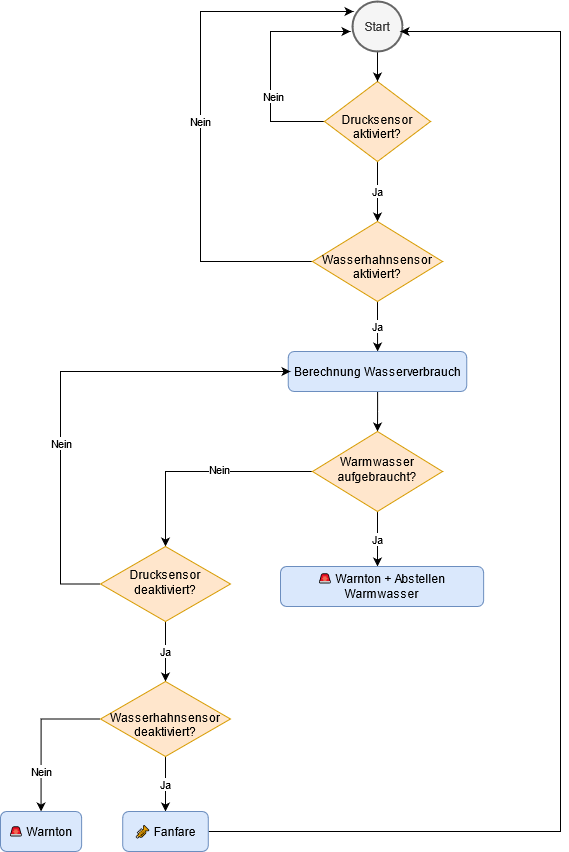
This is Präsentationsmaterialien/ablaufdiagramm.png from wiuwiu1/duschkoepfe, a draw.io export, as it was before one commit. Source tidied: cells renumbered, new cells last; positions are measured from the earlier drawing's top-left corner, leaving out a move shared by most shapes. Its diagram source:
```xml
<mxGraphModel>
  <root>
    <mxCell id="0" />
    <mxCell id="1" parent="0" />
    <mxCell id="2" style="edgeStyle=orthogonalEdgeStyle;rounded=0;jettySize=auto;html=1;" parent="1" edge="1" source="5">
      <mxGeometry relative="1" as="geometry">
        <mxPoint x="350" y="30" as="targetPoint" />
        <Array as="points">
          <mxPoint x="270" y="120" />
          <mxPoint x="270" y="30" />
        </Array>
      </mxGeometry>
    </mxCell>
    <mxCell id="3" value="Nein" style="edgeLabel;html=1;align=center;verticalAlign=middle;" parent="2" vertex="1">
      <mxGeometry x="-0.29" y="-2" relative="1" as="geometry" />
    </mxCell>
    <mxCell id="4" value="Ja" style="edgeStyle=orthogonalEdgeStyle;rounded=0;jettySize=auto;html=1;exitX=0.5;exitY=1;exitDx=0;exitDy=0;" parent="1" edge="1" source="5" target="9">
      <mxGeometry relative="1" as="geometry" />
    </mxCell>
    <mxCell id="5" value="&lt;br&gt;Drucksensor aktiviert?" style="rhombus;whiteSpace=wrap;html=1;shadow=0;fontFamily=Helvetica;fontSize=12;align=center;strokeWidth=1;spacing=6;spacingTop=-4;fillColor=#ffe6cc;strokeColor=#d79b00;" parent="1" vertex="1">
      <mxGeometry x="324" y="80" width="106" height="80" as="geometry" />
    </mxCell>
    <mxCell id="6" style="edgeStyle=orthogonalEdgeStyle;rounded=0;jettySize=auto;html=1;exitX=0;exitY=0.5;exitDx=0;exitDy=0;entryX=0.02;entryY=0.2;entryDx=0;entryDy=0;entryPerimeter=0;" parent="1" edge="1" source="9" target="13">
      <mxGeometry relative="1" as="geometry">
        <Array as="points">
          <mxPoint x="200" y="260" />
          <mxPoint x="200" y="10" />
        </Array>
      </mxGeometry>
    </mxCell>
    <mxCell id="7" value="Nein" style="edgeLabel;html=1;align=center;verticalAlign=middle;" parent="6" vertex="1">
      <mxGeometry x="-0.02" y="1" relative="1" as="geometry" />
    </mxCell>
    <mxCell id="8" value="Ja" style="edgeStyle=orthogonalEdgeStyle;rounded=0;jettySize=auto;html=1;" parent="1" edge="1" source="9" target="11">
      <mxGeometry relative="1" as="geometry" />
    </mxCell>
    <mxCell id="9" value="&lt;br&gt;&lt;span style=&quot;font-weight: normal&quot;&gt;Wasserhahnsensor aktiviert?&lt;/span&gt;" style="rhombus;whiteSpace=wrap;html=1;shadow=0;fontFamily=Helvetica;fontSize=12;align=center;strokeWidth=1;spacing=6;spacingTop=-4;fontStyle=1;fillColor=#ffe6cc;strokeColor=#d79b00;" parent="1" vertex="1">
      <mxGeometry x="312" y="220" width="130" height="80" as="geometry" />
    </mxCell>
    <mxCell id="10" style="edgeStyle=orthogonalEdgeStyle;rounded=0;jettySize=auto;html=1;" parent="1" edge="1" source="11" target="17">
      <mxGeometry relative="1" as="geometry" />
    </mxCell>
    <mxCell id="11" value="Berechnung Wasserverbrauch" style="rounded=1;whiteSpace=wrap;html=1;fontSize=12;glass=0;strokeWidth=1;shadow=0;fillColor=#dae8fc;strokeColor=#6c8ebf;" parent="1" vertex="1">
      <mxGeometry x="287.8" y="350" width="178.5" height="40" as="geometry" />
    </mxCell>
    <mxCell id="12" style="edgeStyle=orthogonalEdgeStyle;rounded=0;jettySize=auto;html=1;" parent="1" edge="1" source="13" target="5">
      <mxGeometry relative="1" as="geometry" />
    </mxCell>
    <mxCell id="13" value="Start" style="strokeWidth=2;html=1;shape=mxgraph.flowchart.start_2;whiteSpace=wrap;fillColor=#f5f5f5;strokeColor=#666666;fontColor=#333333;" parent="1" vertex="1">
      <mxGeometry x="352" width="50" height="50" as="geometry" />
    </mxCell>
    <mxCell id="14" value="Ja" style="edgeStyle=orthogonalEdgeStyle;rounded=0;jettySize=auto;html=1;" parent="1" edge="1" source="17" target="18">
      <mxGeometry relative="1" as="geometry">
        <Array as="points">
          <mxPoint x="377" y="550" />
          <mxPoint x="377" y="550" />
        </Array>
      </mxGeometry>
    </mxCell>
    <mxCell id="15" style="edgeStyle=orthogonalEdgeStyle;rounded=0;jettySize=auto;html=1;exitX=0;exitY=0.5;exitDx=0;exitDy=0;entryX=0.5;entryY=0;entryDx=0;entryDy=0;" parent="1" edge="1" source="17" target="22">
      <mxGeometry relative="1" as="geometry" />
    </mxCell>
    <mxCell id="16" value="Nein" style="edgeLabel;html=1;align=center;verticalAlign=middle;" parent="15" vertex="1">
      <mxGeometry x="-0.15" y="-3" relative="1" as="geometry" />
    </mxCell>
    <mxCell id="17" value="Warmwasser aufgebraucht?" style="rhombus;whiteSpace=wrap;html=1;shadow=0;fontFamily=Helvetica;fontSize=12;align=center;strokeWidth=1;spacing=6;spacingTop=-4;fillColor=#ffe6cc;strokeColor=#d79b00;" parent="1" vertex="1">
      <mxGeometry x="312" y="430" width="130" height="80" as="geometry" />
    </mxCell>
    <mxCell id="18" value="🚨 Warnton + Abstellen Warmwasser" style="rounded=1;whiteSpace=wrap;html=1;fontSize=12;glass=0;strokeWidth=1;shadow=0;fillColor=#dae8fc;strokeColor=#6c8ebf;" parent="1" vertex="1">
      <mxGeometry x="280" y="565" width="203.1" height="40" as="geometry" />
    </mxCell>
    <mxCell id="19" value="Ja" style="edgeStyle=orthogonalEdgeStyle;rounded=0;jettySize=auto;html=1;exitX=0.5;exitY=1;exitDx=0;exitDy=0;entryX=0.5;entryY=0;entryDx=0;entryDy=0;" parent="1" edge="1" source="22">
      <mxGeometry relative="1" as="geometry">
        <mxPoint x="165" y="680" as="targetPoint" />
      </mxGeometry>
    </mxCell>
    <mxCell id="20" style="edgeStyle=orthogonalEdgeStyle;rounded=0;jettySize=auto;html=1;" parent="1" edge="1" source="22">
      <mxGeometry relative="1" as="geometry">
        <mxPoint x="290" y="370" as="targetPoint" />
        <Array as="points">
          <mxPoint x="60" y="583" />
          <mxPoint x="60" y="370" />
        </Array>
      </mxGeometry>
    </mxCell>
    <mxCell id="21" value="Nein" style="edgeLabel;html=1;align=center;verticalAlign=middle;" parent="20" vertex="1">
      <mxGeometry x="-0.25" relative="1" as="geometry" />
    </mxCell>
    <mxCell id="22" value="Drucksensor deaktiviert?" style="rhombus;whiteSpace=wrap;html=1;shadow=0;fontFamily=Helvetica;fontSize=12;align=center;strokeWidth=1;spacing=6;spacingTop=-4;fillColor=#ffe6cc;strokeColor=#d79b00;" parent="1" vertex="1">
      <mxGeometry x="100" y="545" width="130" height="75" as="geometry" />
    </mxCell>
    <mxCell id="23" value="Ja" style="edgeStyle=orthogonalEdgeStyle;rounded=0;jettySize=auto;html=1;exitX=0.5;exitY=1;exitDx=0;exitDy=0;entryX=0.5;entryY=0;entryDx=0;entryDy=0;" parent="1" edge="1" source="25" target="27">
      <mxGeometry relative="1" as="geometry">
        <Array as="points">
          <mxPoint x="165" y="780" />
          <mxPoint x="165" y="780" />
        </Array>
      </mxGeometry>
    </mxCell>
    <mxCell id="24" value="Nein" style="edgeStyle=orthogonalEdgeStyle;rounded=0;jettySize=auto;html=1;exitX=0;exitY=0.5;exitDx=0;exitDy=0;entryX=0.5;entryY=0;entryDx=0;entryDy=0;" parent="1" edge="1" source="25" target="28">
      <mxGeometry x="0.47" relative="1" as="geometry" />
    </mxCell>
    <mxCell id="25" value="&lt;br&gt;Wasserhahnsensor deaktiviert?" style="rhombus;whiteSpace=wrap;html=1;shadow=0;fontFamily=Helvetica;fontSize=12;align=center;strokeWidth=1;spacing=6;spacingTop=-4;fillColor=#ffe6cc;strokeColor=#d79b00;" parent="1" vertex="1">
      <mxGeometry x="100" y="680" width="130" height="75" as="geometry" />
    </mxCell>
    <mxCell id="26" style="edgeStyle=orthogonalEdgeStyle;rounded=0;jettySize=auto;html=1;exitX=1;exitY=0.5;exitDx=0;exitDy=0;" parent="1" edge="1" source="27">
      <mxGeometry relative="1" as="geometry">
        <mxPoint x="400" y="30" as="targetPoint" />
        <Array as="points">
          <mxPoint x="560" y="830" />
          <mxPoint x="560" y="30" />
        </Array>
      </mxGeometry>
    </mxCell>
    <mxCell id="27" value="🎺 Fanfare" style="rounded=1;whiteSpace=wrap;html=1;fontSize=12;glass=0;strokeWidth=1;shadow=0;fillColor=#dae8fc;strokeColor=#6c8ebf;" parent="1" vertex="1">
      <mxGeometry x="122.2" y="810" width="85.6" height="40" as="geometry" />
    </mxCell>
    <mxCell id="28" value="🚨 Warnton" style="rounded=1;whiteSpace=wrap;html=1;fontSize=12;glass=0;strokeWidth=1;shadow=0;fillColor=#dae8fc;strokeColor=#6c8ebf;" parent="1" vertex="1">
      <mxGeometry y="810" width="81.1" height="40" as="geometry" />
    </mxCell>
  </root>
</mxGraphModel>
```
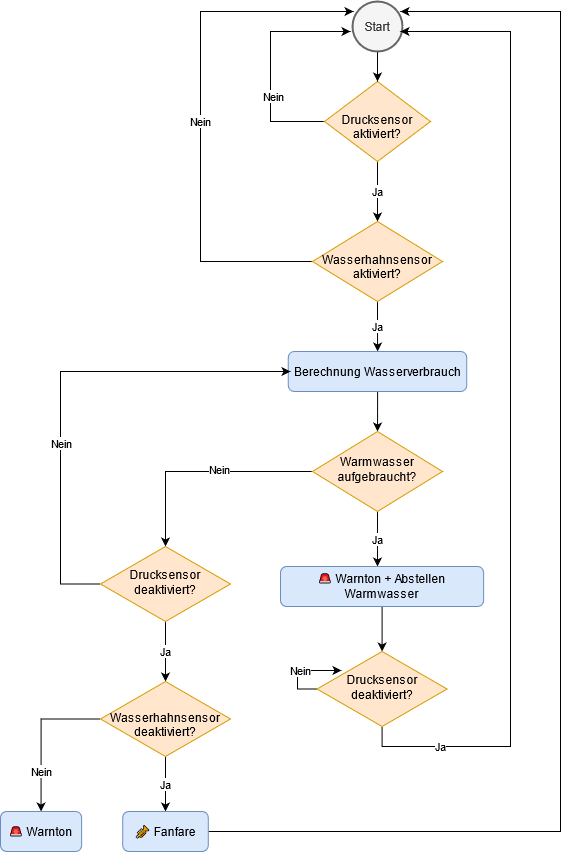
Above is the later version.

Commit message:
refactor diagram and variable names

Change to the diagram source:
```diff
@@ -66,6 +66,9 @@
     <mxCell id="17" value="Warmwasser aufgebraucht?" style="rhombus;whiteSpace=wrap;html=1;shadow=0;fontFamily=Helvetica;fontSize=12;align=center;strokeWidth=1;spacing=6;spacingTop=-4;fillColor=#ffe6cc;strokeColor=#d79b00;" parent="1" vertex="1">
       <mxGeometry x="312" y="430" width="130" height="80" as="geometry" />
     </mxCell>
+    <mxCell id="29" style="edgeStyle=orthogonalEdgeStyle;rounded=0;jettySize=auto;html=1;" parent="1" edge="1" source="18" target="32">
+      <mxGeometry relative="1" as="geometry" />
+    </mxCell>
     <mxCell id="18" value="🚨 Warnton + Abstellen Warmwasser" style="rounded=1;whiteSpace=wrap;html=1;fontSize=12;glass=0;strokeWidth=1;shadow=0;fillColor=#dae8fc;strokeColor=#6c8ebf;" parent="1" vertex="1">
       <mxGeometry x="280" y="565" width="203.1" height="40" as="geometry" />
     </mxCell>
@@ -105,10 +108,11 @@
     </mxCell>
     <mxCell id="26" style="edgeStyle=orthogonalEdgeStyle;rounded=0;jettySize=auto;html=1;exitX=1;exitY=0.5;exitDx=0;exitDy=0;" parent="1" edge="1" source="27">
       <mxGeometry relative="1" as="geometry">
-        <mxPoint x="400" y="30" as="targetPoint" />
+        <mxPoint x="400" y="10" as="targetPoint" />
         <Array as="points">
           <mxPoint x="560" y="830" />
-          <mxPoint x="560" y="30" />
+          <mxPoint x="560" y="10" />
+          <mxPoint x="410" y="10" />
         </Array>
       </mxGeometry>
     </mxCell>
@@ -118,5 +122,26 @@
     <mxCell id="28" value="🚨 Warnton" style="rounded=1;whiteSpace=wrap;html=1;fontSize=12;glass=0;strokeWidth=1;shadow=0;fillColor=#dae8fc;strokeColor=#6c8ebf;" parent="1" vertex="1">
       <mxGeometry y="810" width="81.1" height="40" as="geometry" />
     </mxCell>
+    <mxCell id="30" value="Ja" style="edgeStyle=orthogonalEdgeStyle;rounded=0;jettySize=auto;html=1;exitX=0.5;exitY=1;exitDx=0;exitDy=0;" parent="1" edge="1" source="32">
+      <mxGeometry x="-0.84" relative="1" as="geometry">
+        <mxPoint x="400" y="30" as="targetPoint" />
+        <Array as="points">
+          <mxPoint x="382" y="745" />
+          <mxPoint x="510" y="745" />
+          <mxPoint x="510" y="30" />
+        </Array>
+      </mxGeometry>
+    </mxCell>
+    <mxCell id="31" value="Nein" style="edgeStyle=orthogonalEdgeStyle;rounded=0;orthogonalLoop=1;jettySize=auto;html=1;exitX=0;exitY=0.5;exitDx=0;exitDy=0;entryX=0.188;entryY=0.253;entryDx=0;entryDy=0;entryPerimeter=0;" parent="1" edge="1" source="32" target="32">
+      <mxGeometry relative="1" as="geometry">
+        <Array as="points">
+          <mxPoint x="297" y="688" />
+          <mxPoint x="297" y="669" />
+        </Array>
+      </mxGeometry>
+    </mxCell>
+    <mxCell id="32" value="Drucksensor deaktiviert?" style="rhombus;whiteSpace=wrap;html=1;shadow=0;fontFamily=Helvetica;fontSize=12;align=center;strokeWidth=1;spacing=6;spacingTop=-4;fillColor=#ffe6cc;strokeColor=#d79b00;" parent="1" vertex="1">
+      <mxGeometry x="316.6" y="650" width="130" height="75" as="geometry" />
+    </mxCell>
   </root>
 </mxGraphModel>
```
